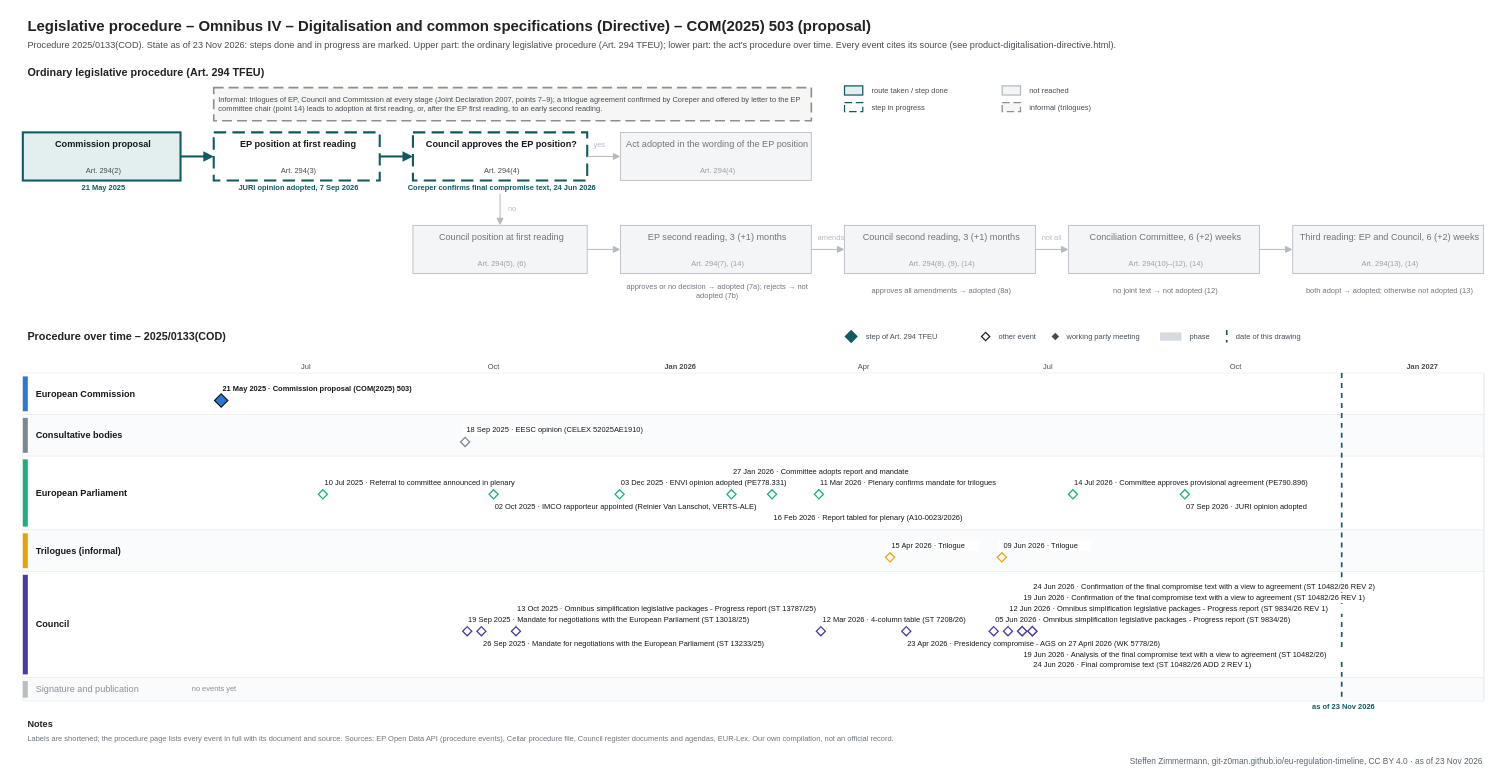
git-z0man/eu-regulation-timeline keeps this draw.io diagram as procedures/product-digitalisation-directive.drawio. Above is the earlier version. Source tidied: cells renumbered, new cells numbered last; positions are measured from the earlier drawing's top-left corner, leaving out a move shared by most shapes. Both pictures are drawn from the tidied source at 83%, with x=0, y=0 at pixel (14, 14).
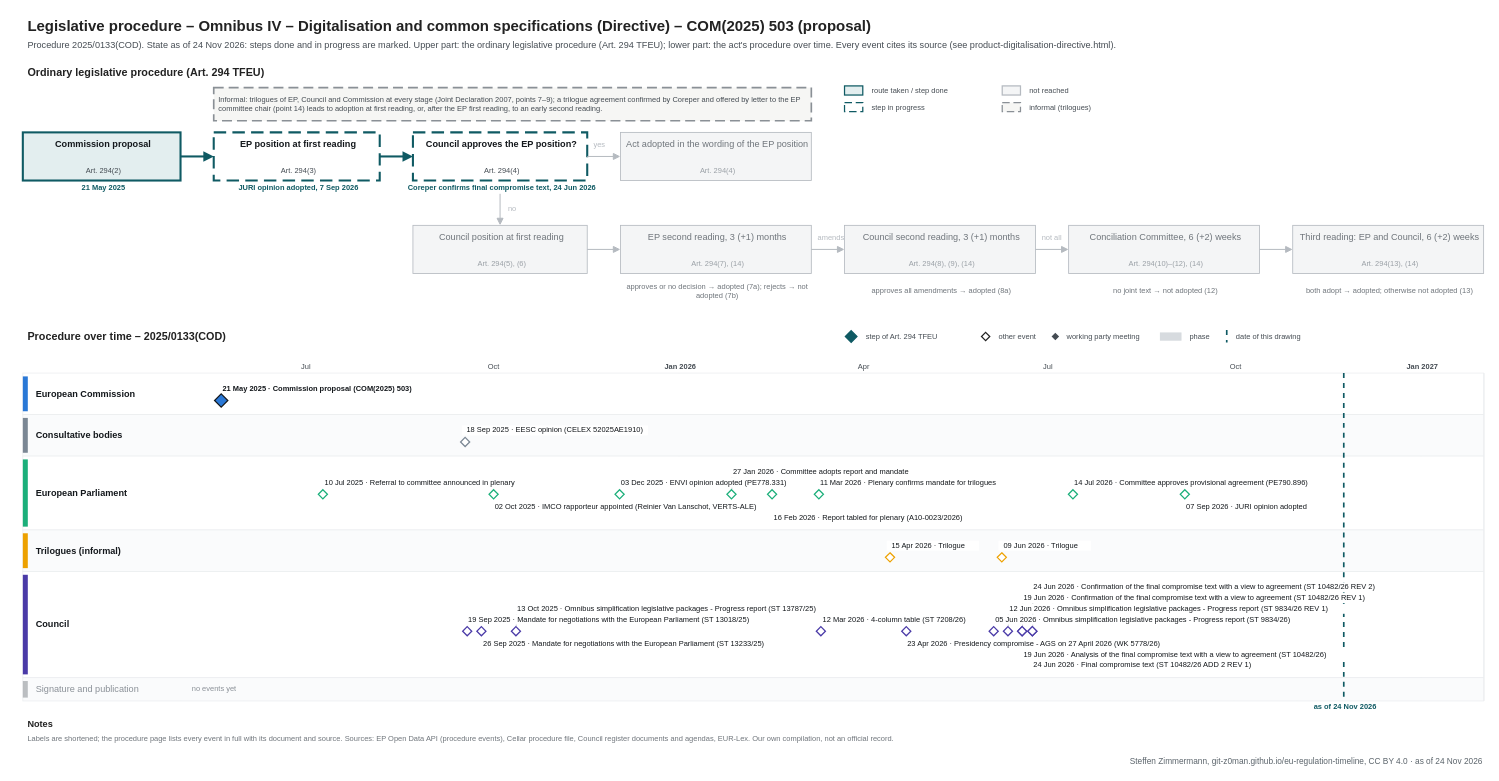
After the change.

Change to the diagram source:
```diff
@@
-    <mxCell id="3" value="Procedure 2025/0133(COD). State as of 23 Nov 2026: steps done and in progress are marked. Upper part: the ordinary legislative procedure (Art. 294 TFEU); lower part: the act's procedure over time. Every event cites its source (see product-digitalisation-directive.html)." style="text;html=1;fontSize=11;fontColor=#454c53;align=left;verticalAlign=middle;spacingLeft=4;" parent="1" vertex="1">
+    <mxCell id="3" value="Procedure 2025/0133(COD). State as of 24 Nov 2026: steps done and in progress are marked. Upper part: the ordinary legislative procedure (Art. 294 TFEU); lower part: the act's procedure over time. Every event cites its source (see product-digitalisation-directive.html)." style="text;html=1;fontSize=11;fontColor=#454c53;align=left;verticalAlign=middle;spacingLeft=4;" parent="1" vertex="1">
       <mxGeometry x="10" y="28" width="1700" height="18" as="geometry" />
     </mxCell>
@@
     <mxCell id="120" style="line;html=1;strokeWidth=2;strokeColor=#0f5a63;direction=south;dashed=1;" parent="1" vertex="1">
-      <mxGeometry x="1598.5" y="432" width="1" height="395" as="geometry" />
+      <mxGeometry x="1601" y="432" width="1" height="395" as="geometry" />
     </mxCell>
-    <mxCell id="121" value="as of 23 Nov 2026" style="text;html=1;fontSize=9;fontColor=#0f5a63;align=center;verticalAlign=middle;spacingLeft=4;fontStyle=1;" parent="1" vertex="1">
-      <mxGeometry x="1538.5" y="828" width="120" height="12" as="geometry" />
+    <mxCell id="121" value="as of 24 Nov 2026" style="text;html=1;fontSize=9;fontColor=#0f5a63;align=center;verticalAlign=middle;spacingLeft=4;fontStyle=1;" parent="1" vertex="1">
+      <mxGeometry x="1541" y="828" width="120" height="12" as="geometry" />
     </mxCell>
@@
-    <mxCell id="178" value="Steffen Zimmermann, git-z0man.github.io/eu-regulation-timeline, CC BY 4.0 · as of 23 Nov 2026" style="text;html=1;fontSize=10;fontColor=#5b646b;align=right;verticalAlign=middle;spacingLeft=4;" parent="1" vertex="1">
+    <mxCell id="178" value="Steffen Zimmermann, git-z0man.github.io/eu-regulation-timeline, CC BY 4.0 · as of 24 Nov 2026" style="text;html=1;fontSize=10;fontColor=#5b646b;align=right;verticalAlign=middle;spacingLeft=4;" parent="1" vertex="1">
       <mxGeometry x="10" y="891" width="1760" height="16" as="geometry" />
     </mxCell>
```
